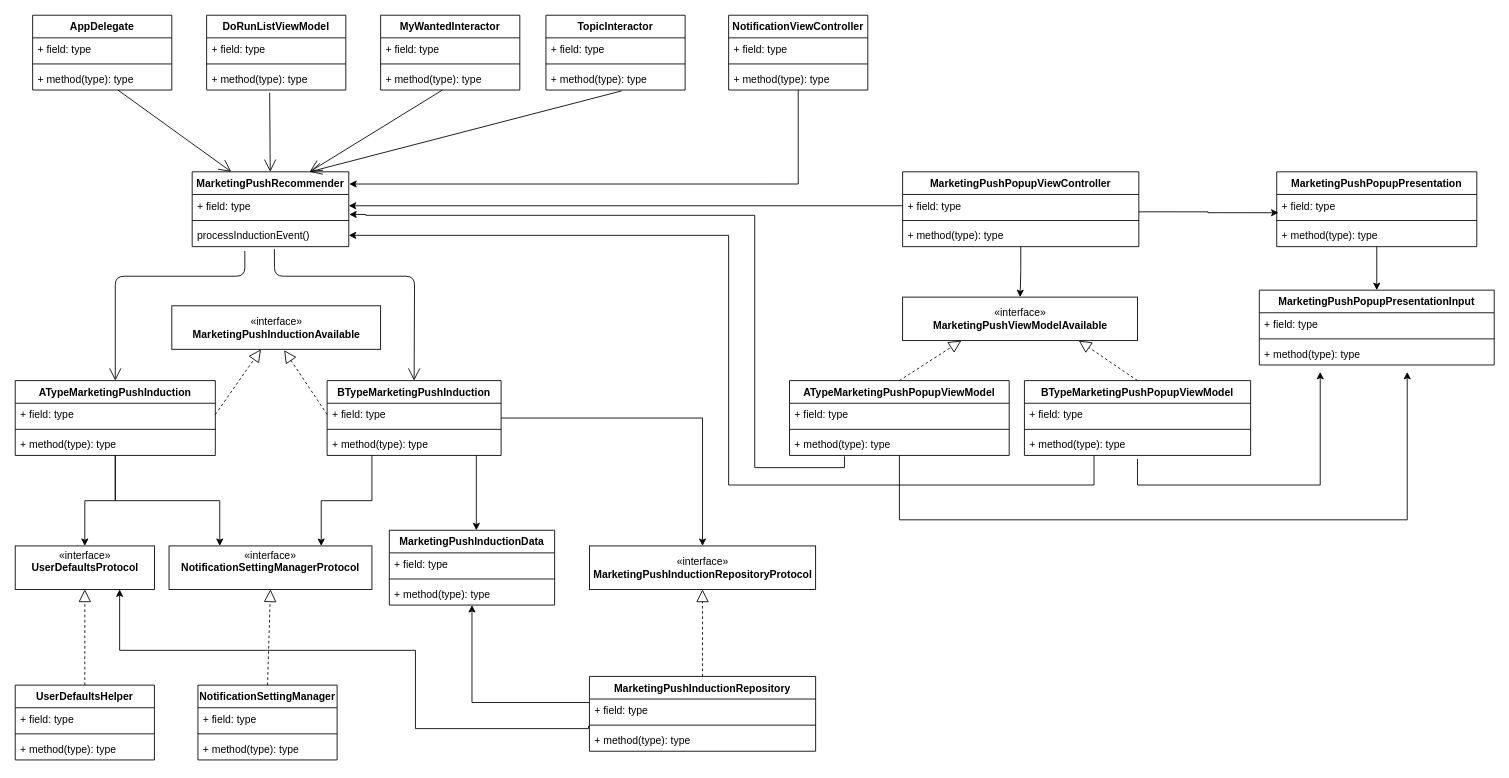
Earlier version of the draw.io diagram marketingPushInduction.drawio (gookhee/diagrams). Source tidied: cells renumbered, new cells numbered last; positions are measured from the earlier drawing's top-left corner, leaving out a move shared by most shapes. Both pictures are drawn from the tidied source at 87%, with x=0, y=0 at pixel (15, 15).
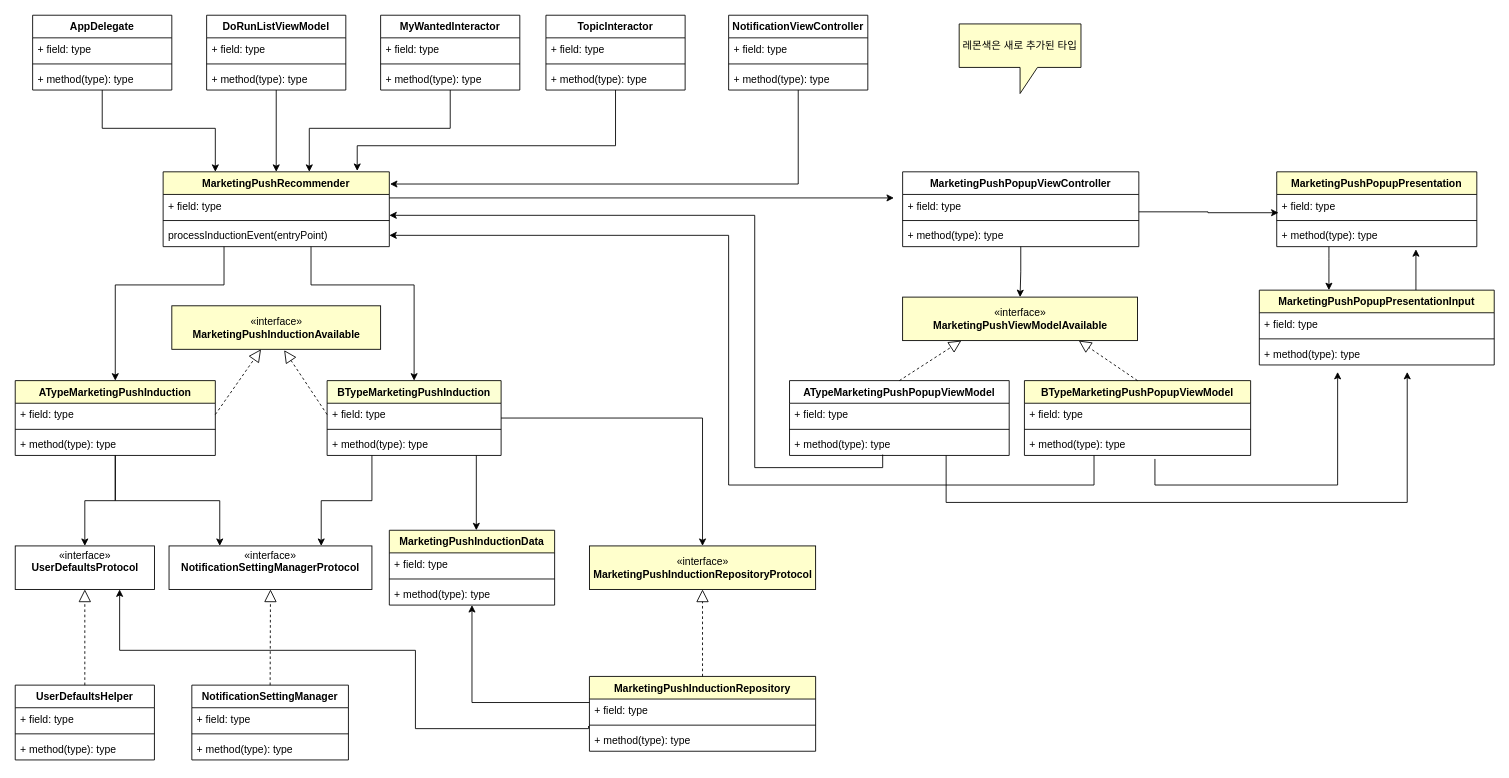
The same page after the edit.

The change refers to these unchanged cells:
```xml
<mxCell id="29" value="ATypeMarketingPushPopupViewModel&#10;" style="swimlane;fontStyle=1;align=center;verticalAlign=top;horizontal=1;startSize=26;" parent="1" vertex="1">
  <mxGeometry x="890" y="420" width="252.5" height="86" as="geometry" />
</mxCell>
<mxCell id="32" value="+ method(type): type" style="text;strokeColor=none;fillColor=none;align=left;verticalAlign=top;spacingLeft=4;spacingRight=4;overflow=hidden;points=[[0,0.5],[1,0.5]];portConstraint=eastwest;" parent="29" vertex="1">
  <mxGeometry y="60" width="252.5" height="26" as="geometry" />
</mxCell>
<mxCell id="40" value="+ field: type" style="text;strokeColor=none;fillColor=none;align=left;verticalAlign=top;spacingLeft=4;spacingRight=4;overflow=hidden;points=[[0,0.5],[1,0.5]];portConstraint=eastwest;" parent="39" vertex="1">
  <mxGeometry y="26" width="271.5" height="26" as="geometry" />
</mxCell>
<mxCell id="57" value="TopicInteractor&#10;" style="swimlane;fontStyle=1;align=center;verticalAlign=top;horizontal=1;startSize=26;" parent="1" vertex="1">
  <mxGeometry x="610" width="160" height="86" as="geometry" />
</mxCell>
<mxCell id="60" value="+ method(type): type" style="text;strokeColor=none;fillColor=none;align=left;verticalAlign=top;spacingLeft=4;spacingRight=4;overflow=hidden;points=[[0,0.5],[1,0.5]];portConstraint=eastwest;" parent="57" vertex="1">
  <mxGeometry y="60" width="160" height="26" as="geometry" />
</mxCell>
<mxCell id="61" value="DoRunListViewModel" style="swimlane;fontStyle=1;align=center;verticalAlign=top;horizontal=1;startSize=26;" parent="1" vertex="1">
  <mxGeometry x="220" width="160" height="86" as="geometry" />
</mxCell>
<mxCell id="64" value="+ method(type): type" style="text;strokeColor=none;fillColor=none;align=left;verticalAlign=top;spacingLeft=4;spacingRight=4;overflow=hidden;points=[[0,0.5],[1,0.5]];portConstraint=eastwest;" parent="61" vertex="1">
  <mxGeometry y="60" width="160" height="26" as="geometry" />
</mxCell>
<mxCell id="65" value="MyWantedInteractor&#10;" style="swimlane;fontStyle=1;align=center;verticalAlign=top;horizontal=1;startSize=26;" parent="1" vertex="1">
  <mxGeometry x="420" width="160" height="86" as="geometry" />
</mxCell>
<mxCell id="68" value="+ method(type): type" style="text;strokeColor=none;fillColor=none;align=left;verticalAlign=top;spacingLeft=4;spacingRight=4;overflow=hidden;points=[[0,0.5],[1,0.5]];portConstraint=eastwest;" parent="65" vertex="1">
  <mxGeometry y="60" width="160" height="26" as="geometry" />
</mxCell>
<mxCell id="72" value="AppDelegate" style="swimlane;fontStyle=1;align=center;verticalAlign=top;horizontal=1;startSize=26;" parent="1" vertex="1">
  <mxGeometry x="20" width="160" height="86" as="geometry" />
</mxCell>
<mxCell id="75" value="+ method(type): type" style="text;strokeColor=none;fillColor=none;align=left;verticalAlign=top;spacingLeft=4;spacingRight=4;overflow=hidden;points=[[0,0.5],[1,0.5]];portConstraint=eastwest;" parent="72" vertex="1">
  <mxGeometry y="60" width="160" height="26" as="geometry" />
</mxCell>
```

Change to the diagram source:
```diff
@@
+    <mxCell id="104" style="edgeStyle=orthogonalEdgeStyle;rounded=0;jettySize=auto;html=1;" parent="1" edge="1" source="2">
+      <mxGeometry relative="1" as="geometry">
+        <mxPoint x="1010" y="210" as="targetPoint" />
+        <Array as="points">
+          <mxPoint x="1010" y="210" />
+        </Array>
+      </mxGeometry>
+    </mxCell>
+    <mxCell id="105" style="edgeStyle=orthogonalEdgeStyle;rounded=0;jettySize=auto;html=1;entryX=0.5;entryY=0;entryDx=0;entryDy=0;" parent="1" edge="1" source="2" target="8">
+      <mxGeometry relative="1" as="geometry">
+        <Array as="points">
+          <mxPoint x="240" y="310" />
+          <mxPoint x="115" y="310" />
+        </Array>
+      </mxGeometry>
+    </mxCell>
+    <mxCell id="106" style="edgeStyle=orthogonalEdgeStyle;rounded=0;jettySize=auto;html=1;entryX=0.5;entryY=0;entryDx=0;entryDy=0;" parent="1" edge="1" source="2" target="14">
+      <mxGeometry relative="1" as="geometry">
+        <Array as="points">
+          <mxPoint x="340" y="310" />
+          <mxPoint x="459" y="310" />
+        </Array>
+      </mxGeometry>
+    </mxCell>
-    <mxCell id="2" value="MarketingPushRecommender&#10;" style="swimlane;fontStyle=1;align=center;verticalAlign=top;horizontal=1;startSize=26;" parent="1" vertex="1">
-      <mxGeometry x="203.4" y="180" width="180" height="86" as="geometry" />
+    <mxCell id="2" value="MarketingPushRecommender&#10;" style="swimlane;fontStyle=1;align=center;verticalAlign=top;horizontal=1;startSize=26;fillColor=#FFFFCC;" parent="1" vertex="1">
+      <mxGeometry x="170" y="180" width="260" height="86" as="geometry" />
     </mxCell>
     <mxCell id="3" value="+ field: type" style="text;strokeColor=none;fillColor=none;align=left;verticalAlign=top;spacingLeft=4;spacingRight=4;overflow=hidden;points=[[0,0.5],[1,0.5]];portConstraint=eastwest;" parent="2" vertex="1">
-      <mxGeometry y="26" width="180" height="26" as="geometry" />
+      <mxGeometry y="26" width="260" height="26" as="geometry" />
     </mxCell>
     <mxCell id="4" style="line;strokeWidth=1;fillColor=none;align=left;verticalAlign=middle;spacingTop=-1;spacingLeft=3;spacingRight=3;labelPosition=right;" parent="2" vertex="1">
-      <mxGeometry y="52" width="180" height="8" as="geometry" />
+      <mxGeometry y="52" width="260" height="8" as="geometry" />
     </mxCell>
-    <mxCell id="5" value="processInductionEvent()" style="text;strokeColor=none;fillColor=none;align=left;verticalAlign=top;spacingLeft=4;spacingRight=4;overflow=hidden;points=[[0,0.5],[1,0.5]];portConstraint=eastwest;" parent="2" vertex="1">
-      <mxGeometry y="60" width="180" height="26" as="geometry" />
+    <mxCell id="5" value="processInductionEvent(entryPoint)" style="text;strokeColor=none;fillColor=none;align=left;verticalAlign=top;spacingLeft=4;spacingRight=4;overflow=hidden;points=[[0,0.5],[1,0.5]];portConstraint=eastwest;" parent="2" vertex="1">
+      <mxGeometry y="60" width="260" height="26" as="geometry" />
     </mxCell>
@@
-    <mxCell id="8" value="ATypeMarketingPushInduction&#10;" style="swimlane;fontStyle=1;align=center;verticalAlign=top;horizontal=1;startSize=26;" parent="1" vertex="1">
+    <mxCell id="8" value="ATypeMarketingPushInduction&#10;" style="swimlane;fontStyle=1;align=center;verticalAlign=top;horizontal=1;startSize=26;fillColor=#FFFFCC;" parent="1" vertex="1">
       <mxGeometry y="420" width="230" height="86" as="geometry" />
     </mxCell>
@@
-    <mxCell id="14" value="BTypeMarketingPushInduction&#10;" style="swimlane;fontStyle=1;align=center;verticalAlign=top;horizontal=1;startSize=26;" parent="1" vertex="1">
+    <mxCell id="14" value="BTypeMarketingPushInduction&#10;" style="swimlane;fontStyle=1;align=center;verticalAlign=top;horizontal=1;startSize=26;fillColor=#FCFFD4;" parent="1" vertex="1">
       <mxGeometry x="358.5" y="420" width="200" height="86" as="geometry" />
     </mxCell>
@@
-    <mxCell id="18" value="«interface»&lt;br&gt;&lt;span style=&quot;font-weight: 700&quot;&gt;MarketingPushInductionAvailable&lt;br&gt;&lt;/span&gt;" style="html=1;" parent="1" vertex="1">
+    <mxCell id="18" value="«interface»&lt;br&gt;&lt;span style=&quot;font-weight: 700&quot;&gt;MarketingPushInductionAvailable&lt;br&gt;&lt;/span&gt;" style="html=1;fillColor=#FFFFCC;" parent="1" vertex="1">
       <mxGeometry x="180" y="334" width="240" height="50" as="geometry" />
     </mxCell>
@@
-    <mxCell id="20" value="«interface»&lt;br&gt;&lt;span style=&quot;font-weight: 700&quot;&gt;MarketingPushInductionRepositoryProtocol&lt;br&gt;&lt;/span&gt;" style="html=1;" parent="1" vertex="1">
+    <mxCell id="20" value="«interface»&lt;br&gt;&lt;span style=&quot;font-weight: 700&quot;&gt;MarketingPushInductionRepositoryProtocol&lt;br&gt;&lt;/span&gt;" style="html=1;fillColor=#FFFFCC;" parent="1" vertex="1">
       <mxGeometry x="660" y="610" width="260" height="50" as="geometry" />
     </mxCell>
@@
-    <mxCell id="22" value="MarketingPushInductionRepository&#10;" style="swimlane;fontStyle=1;align=center;verticalAlign=top;horizontal=1;startSize=26;" parent="1" vertex="1">
+    <mxCell id="22" value="MarketingPushInductionRepository&#10;" style="swimlane;fontStyle=1;align=center;verticalAlign=top;horizontal=1;startSize=26;fillColor=#FFFFCC;" parent="1" vertex="1">
       <mxGeometry x="660" y="760" width="260" height="86" as="geometry" />
     </mxCell>
@@
-    <mxCell id="26" value="«interface»&lt;br&gt;&lt;span style=&quot;font-weight: 700&quot;&gt;MarketingPushViewModelAvailable&lt;br&gt;&lt;/span&gt;" style="html=1;" parent="1" vertex="1">
+    <mxCell id="26" value="«interface»&lt;br&gt;&lt;span style=&quot;font-weight: 700&quot;&gt;MarketingPushViewModelAvailable&lt;br&gt;&lt;/span&gt;" style="html=1;fillColor=#FFFFCC;" parent="1" vertex="1">
       <mxGeometry x="1020" y="324" width="270" height="50" as="geometry" />
     </mxCell>
-    <mxCell id="27" style="edgeStyle=orthogonalEdgeStyle;rounded=0;jettySize=auto;html=1;entryX=1.003;entryY=0.885;entryDx=0;entryDy=0;entryPerimeter=0;exitX=0.25;exitY=1.038;exitDx=0;exitDy=0;exitPerimeter=0;" parent="1" edge="1" source="32" target="3">
+    <mxCell id="27" style="edgeStyle=orthogonalEdgeStyle;rounded=0;jettySize=auto;html=1;exitX=0.424;exitY=0.962;exitDx=0;exitDy=0;exitPerimeter=0;" parent="1" edge="1" source="32" target="3">
       <mxGeometry relative="1" as="geometry">
         <Array as="points">
-          <mxPoint x="953" y="520" />
+          <mxPoint x="997" y="520" />
           <mxPoint x="850" y="520" />
           <mxPoint x="850" y="230" />
-          <mxPoint x="403" y="230" />
-          <mxPoint x="403" y="229" />
         </Array>
       </mxGeometry>
     </mxCell>
     <mxCell id="28" style="edgeStyle=orthogonalEdgeStyle;rounded=0;jettySize=auto;html=1;" parent="1" edge="1" source="29">
       <mxGeometry relative="1" as="geometry">
         <mxPoint x="1600" y="410" as="targetPoint" />
         <Array as="points">
-          <mxPoint x="1016" y="580" />
-          <mxPoint x="1600" y="580" />
+          <mxPoint x="1070" y="560" />
+          <mxPoint x="1600" y="560" />
         </Array>
       </mxGeometry>
     </mxCell>
@@
-    <mxCell id="34" value="BTypeMarketingPushPopupViewModel&#10;" style="swimlane;fontStyle=1;align=center;verticalAlign=top;horizontal=1;startSize=26;" parent="1" vertex="1">
+    <mxCell id="34" value="BTypeMarketingPushPopupViewModel&#10;" style="swimlane;fontStyle=1;align=center;verticalAlign=top;horizontal=1;startSize=26;fillColor=#FFFFCC;" parent="1" vertex="1">
       <mxGeometry x="1160" y="420" width="260" height="86" as="geometry" />
     </mxCell>
@@
     <mxCell id="44" value="NotificationSettingManager&#10;" style="swimlane;fontStyle=1;align=center;verticalAlign=top;horizontal=1;startSize=26;" parent="1" vertex="1">
-      <mxGeometry x="210" y="770" width="160" height="86" as="geometry" />
+      <mxGeometry x="203" y="770" width="180" height="86" as="geometry" />
     </mxCell>
     <mxCell id="45" value="+ field: type" style="text;strokeColor=none;fillColor=none;align=left;verticalAlign=top;spacingLeft=4;spacingRight=4;overflow=hidden;" parent="44" vertex="1">
-      <mxGeometry y="26" width="160" height="26" as="geometry" />
+      <mxGeometry y="26" width="180" height="26" as="geometry" />
     </mxCell>
     <mxCell id="46" style="line;strokeWidth=1;fillColor=none;align=left;verticalAlign=middle;spacingTop=-1;spacingLeft=3;spacingRight=3;labelPosition=right;" parent="44" vertex="1">
-      <mxGeometry y="52" width="160" height="8" as="geometry" />
+      <mxGeometry y="52" width="180" height="8" as="geometry" />
     </mxCell>
     <mxCell id="47" value="+ method(type): type" style="text;strokeColor=none;fillColor=none;align=left;verticalAlign=top;spacingLeft=4;spacingRight=4;overflow=hidden;" parent="44" vertex="1">
-      <mxGeometry y="60" width="160" height="26" as="geometry" />
+      <mxGeometry y="60" width="180" height="26" as="geometry" />
     </mxCell>
-    <mxCell id="48" value="MarketingPushInductionData&#10;" style="swimlane;fontStyle=1;align=center;verticalAlign=top;horizontal=1;startSize=26;" parent="1" vertex="1">
+    <mxCell id="48" value="MarketingPushInductionData&#10;" style="swimlane;fontStyle=1;align=center;verticalAlign=top;horizontal=1;startSize=26;fillColor=#FFFFCC;" parent="1" vertex="1">
       <mxGeometry x="430" y="592" width="190" height="86" as="geometry" />
     </mxCell>
@@
+    <mxCell id="107" style="edgeStyle=orthogonalEdgeStyle;rounded=0;jettySize=auto;html=1;entryX=0.858;entryY=-0.012;entryDx=0;entryDy=0;entryPerimeter=0;" parent="1" edge="1" source="57" target="2">
+      <mxGeometry relative="1" as="geometry">
+        <Array as="points">
+          <mxPoint x="690" y="150" />
+          <mxPoint x="393" y="150" />
+        </Array>
+      </mxGeometry>
+    </mxCell>
@@
+    <mxCell id="108" style="edgeStyle=orthogonalEdgeStyle;rounded=0;jettySize=auto;html=1;" parent="1" edge="1" source="61">
+      <mxGeometry relative="1" as="geometry">
+        <mxPoint x="300" y="180" as="targetPoint" />
+        <Array as="points">
+          <mxPoint x="300" y="180" />
+        </Array>
+      </mxGeometry>
+    </mxCell>
@@
+    <mxCell id="109" style="edgeStyle=orthogonalEdgeStyle;rounded=0;jettySize=auto;html=1;" parent="1" edge="1" source="65">
+      <mxGeometry relative="1" as="geometry">
+        <mxPoint x="338" y="180" as="targetPoint" />
+        <Array as="points">
+          <mxPoint x="500" y="130" />
+          <mxPoint x="338" y="130" />
+        </Array>
+      </mxGeometry>
+    </mxCell>
@@
-    <mxCell id="69" style="endArrow=open;endFill=1;endSize=12;html=1;exitX=0.544;exitY=1.038;exitDx=0;exitDy=0;exitPerimeter=0;entryX=0.75;entryY=0;entryDx=0;entryDy=0;" parent="1" edge="1" source="60" target="2">
-      <mxGeometry relative="1" as="geometry" />
-    </mxCell>
-    <mxCell id="70" style="endArrow=open;endFill=1;endSize=12;html=1;exitX=0.453;exitY=1.115;exitDx=0;exitDy=0;exitPerimeter=0;" parent="1" edge="1" source="64" target="2">
-      <mxGeometry relative="1" as="geometry" />
-    </mxCell>
-    <mxCell id="71" style="endArrow=open;endFill=1;endSize=12;html=1;exitX=0.444;exitY=1;exitDx=0;exitDy=0;exitPerimeter=0;entryX=0.75;entryY=0;entryDx=0;entryDy=0;" parent="1" edge="1" source="68" target="2">
-      <mxGeometry relative="1" as="geometry" />
-    </mxCell>
+    <mxCell id="110" style="edgeStyle=orthogonalEdgeStyle;rounded=0;jettySize=auto;html=1;" parent="1" edge="1" source="72">
+      <mxGeometry relative="1" as="geometry">
+        <mxPoint x="230" y="180" as="targetPoint" />
+        <Array as="points">
+          <mxPoint x="100" y="130" />
+          <mxPoint x="230" y="130" />
+        </Array>
+      </mxGeometry>
+    </mxCell>
@@
-    <mxCell id="76" style="endArrow=open;endFill=1;endSize=12;html=1;entryX=0.25;entryY=0;entryDx=0;entryDy=0;" parent="1" edge="1" source="75" target="2">
-      <mxGeometry relative="1" as="geometry" />
-    </mxCell>
-    <mxCell id="77" style="endArrow=open;endFill=1;endSize=12;html=1;exitX=0.336;exitY=1.192;exitDx=0;exitDy=0;entryX=0.5;entryY=0;entryDx=0;entryDy=0;exitPerimeter=0;" parent="1" edge="1" source="5" target="8">
-      <mxGeometry relative="1" as="geometry">
-        <Array as="points">
-          <mxPoint x="264" y="300" />
-          <mxPoint x="115" y="300" />
-        </Array>
-      </mxGeometry>
-    </mxCell>
-    <mxCell id="78" style="endArrow=open;endFill=1;endSize=12;html=1;entryX=0.5;entryY=0;entryDx=0;entryDy=0;exitX=0.525;exitY=1.115;exitDx=0;exitDy=0;exitPerimeter=0;" parent="1" edge="1" source="5" target="14">
-      <mxGeometry relative="1" as="geometry">
-        <Array as="points">
-          <mxPoint x="298" y="300" />
-          <mxPoint x="459" y="300" />
-        </Array>
-      </mxGeometry>
-    </mxCell>
@@
+    <mxCell id="111" style="edgeStyle=orthogonalEdgeStyle;rounded=0;jettySize=auto;html=1;" parent="1" edge="1" source="90">
+      <mxGeometry relative="1" as="geometry">
+        <mxPoint x="1610" y="269" as="targetPoint" />
+        <Array as="points">
+          <mxPoint x="1610" y="269" />
+        </Array>
+      </mxGeometry>
+    </mxCell>
-    <mxCell id="90" value="MarketingPushPopupPresentationInput" style="swimlane;fontStyle=1;align=center;verticalAlign=top;horizontal=1;startSize=26;" parent="1" vertex="1">
+    <mxCell id="90" value="MarketingPushPopupPresentationInput" style="swimlane;fontStyle=1;align=center;verticalAlign=top;horizontal=1;startSize=26;fillColor=#FFFFCC;" parent="1" vertex="1">
       <mxGeometry x="1430" y="316" width="270" height="86" as="geometry" />
     </mxCell>
@@
     <mxCell id="94" style="edgeStyle=orthogonalEdgeStyle;rounded=0;jettySize=auto;html=1;" parent="1" edge="1" source="95" target="90">
-      <mxGeometry relative="1" as="geometry" />
+      <mxGeometry relative="1" as="geometry">
+        <Array as="points">
+          <mxPoint x="1510" y="280" />
+          <mxPoint x="1510" y="280" />
+        </Array>
+      </mxGeometry>
     </mxCell>
-    <mxCell id="95" value="MarketingPushPopupPresentation&#10;" style="swimlane;fontStyle=1;align=center;verticalAlign=top;horizontal=1;startSize=26;" parent="1" vertex="1">
+    <mxCell id="95" value="MarketingPushPopupPresentation&#10;" style="swimlane;fontStyle=1;align=center;verticalAlign=top;horizontal=1;startSize=26;fillColor=#FFFFCC;" parent="1" vertex="1">
       <mxGeometry x="1450" y="180" width="230" height="86" as="geometry" />
     </mxCell>
@@
     <mxCell id="102" style="edgeStyle=orthogonalEdgeStyle;rounded=0;orthogonalLoop=1;jettySize=auto;html=1;" parent="1" edge="1">
       <mxGeometry relative="1" as="geometry">
-        <mxPoint x="1290" y="510" as="sourcePoint" />
-        <mxPoint x="1500" y="410" as="targetPoint" />
+        <mxPoint x="1310" y="510" as="sourcePoint" />
+        <mxPoint x="1520" y="410" as="targetPoint" />
         <Array as="points">
-          <mxPoint x="1290" y="540" />
-          <mxPoint x="1500" y="540" />
+          <mxPoint x="1310" y="540" />
+          <mxPoint x="1520" y="540" />
         </Array>
       </mxGeometry>
     </mxCell>
-    <mxCell id="103" style="edgeStyle=orthogonalEdgeStyle;rounded=0;jettySize=auto;html=1;entryX=1;entryY=0.5;entryDx=0;entryDy=0;" parent="1" edge="1" source="40" target="3">
-      <mxGeometry relative="1" as="geometry" />
-    </mxCell>
+    <mxCell id="112" value="레몬색은 새로 추가된 타입" style="shape=callout;whiteSpace=wrap;html=1;perimeter=calloutPerimeter;fillColor=#FFFFCC;" parent="1" vertex="1">
+      <mxGeometry x="1085" y="10" width="140" height="80" as="geometry" />
+    </mxCell>
```
